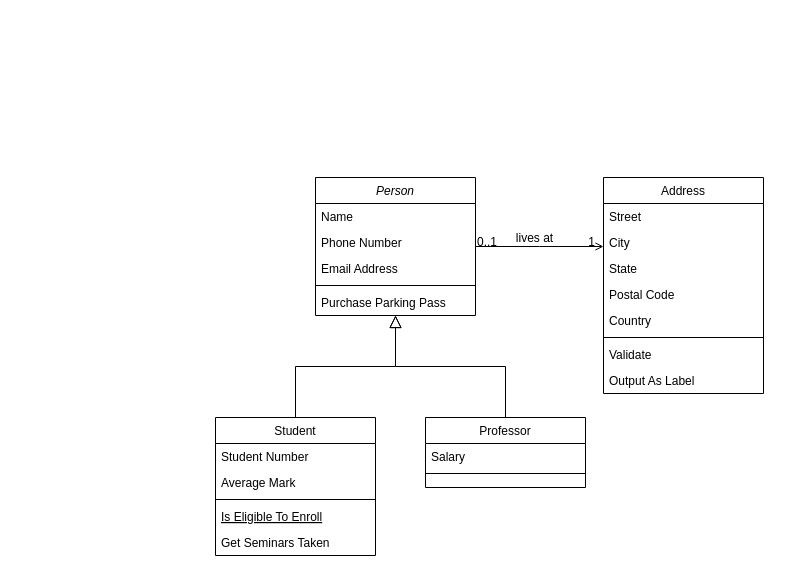
The draw.io diagram Diagramme sans nom.drawio in Kathou99/draw.oi, before the edit. Source tidied: cells renumbered, new cells numbered last; positions are measured from the earlier drawing's top-left corner, leaving out a move shared by most shapes. Both pictures are drawn from the tidied source at 100%, with x=0, y=0 at pixel (215, 177).
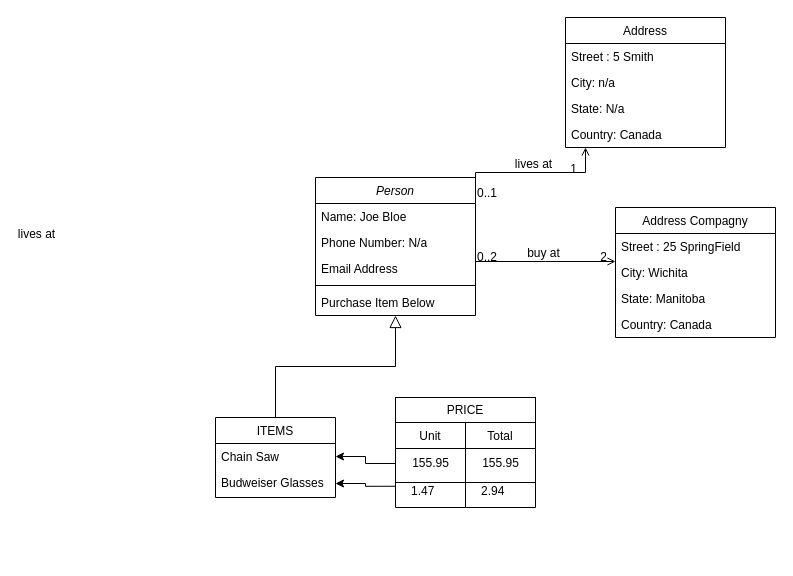
The same page after the edit.

Unchanged cells that the change refers to:
```xml
<mxCell id="2" value="Person" style="swimlane;fontStyle=2;align=center;verticalAlign=top;horizontal=1;startSize=26;rounded=0;shadow=0;strokeWidth=1;" parent="1" vertex="1">
  <mxGeometry x="100" width="160" height="138" as="geometry" />
</mxCell>
<mxCell id="28" style="endArrow=open;shadow=0;strokeWidth=1;rounded=0;endFill=1;edgeStyle=elbowEdgeStyle;elbow=vertical;" parent="1" edge="1" source="2" target="19">
  <mxGeometry x="0.5" y="41" relative="1" as="geometry">
    <mxPoint x="-40" y="32" as="offset" />
  </mxGeometry>
</mxCell>
```

Change to the diagram source:
```diff
@@
-    <mxCell id="3" value="Name" style="text;align=left;verticalAlign=top;spacingLeft=4;spacingRight=4;overflow=hidden;" parent="2" vertex="1">
+    <mxCell id="3" value="Name: Joe Bloe" style="text;align=left;verticalAlign=top;spacingLeft=4;spacingRight=4;overflow=hidden;" parent="2" vertex="1">
       <mxGeometry y="26" width="160" height="26" as="geometry" />
     </mxCell>
-    <mxCell id="4" value="Phone Number" style="text;align=left;verticalAlign=top;spacingLeft=4;spacingRight=4;overflow=hidden;rounded=0;shadow=0;html=0;" parent="2" vertex="1">
+    <mxCell id="4" value="Phone Number: N/a" style="text;align=left;verticalAlign=top;spacingLeft=4;spacingRight=4;overflow=hidden;rounded=0;shadow=0;html=0;" parent="2" vertex="1">
       <mxGeometry y="52" width="160" height="26" as="geometry" />
     </mxCell>
@@
-    <mxCell id="7" value="Purchase Parking Pass" style="text;align=left;verticalAlign=top;spacingLeft=4;spacingRight=4;overflow=hidden;" parent="2" vertex="1">
+    <mxCell id="7" value="Purchase Item Below" style="text;align=left;verticalAlign=top;spacingLeft=4;spacingRight=4;overflow=hidden;" parent="2" vertex="1">
       <mxGeometry y="112" width="160" height="26" as="geometry" />
     </mxCell>
-    <mxCell id="8" value="Student" style="swimlane;fontStyle=0;align=center;verticalAlign=top;horizontal=1;startSize=26;rounded=0;shadow=0;strokeWidth=1;" parent="1" vertex="1">
-      <mxGeometry y="240" width="160" height="138" as="geometry" />
+    <mxCell id="8" value="ITEMS" style="swimlane;fontStyle=0;align=center;verticalAlign=top;horizontal=1;startSize=26;rounded=0;shadow=0;strokeWidth=1;" parent="1" vertex="1">
+      <mxGeometry y="240" width="120" height="80" as="geometry" />
     </mxCell>
-    <mxCell id="9" value="Student Number" style="text;align=left;verticalAlign=top;spacingLeft=4;spacingRight=4;overflow=hidden;points=[[0,0.5],[1,0.5]];portConstraint=eastwest;" parent="8" vertex="1">
-      <mxGeometry y="26" width="160" height="26" as="geometry" />
+    <mxCell id="9" value="Chain Saw" style="text;align=left;verticalAlign=top;spacingLeft=4;spacingRight=4;overflow=hidden;points=[[0,0.5],[1,0.5]];portConstraint=eastwest;" parent="8" vertex="1">
+      <mxGeometry y="26" width="120" height="26" as="geometry" />
     </mxCell>
-    <mxCell id="10" value="Average Mark" style="text;align=left;verticalAlign=top;spacingLeft=4;spacingRight=4;overflow=hidden;points=[[0,0.5],[1,0.5]];portConstraint=eastwest;rounded=0;shadow=0;html=0;" parent="8" vertex="1">
-      <mxGeometry y="52" width="160" height="26" as="geometry" />
+    <mxCell id="10" value="Budweiser Glasses" style="text;align=left;verticalAlign=top;spacingLeft=4;spacingRight=4;overflow=hidden;points=[[0,0.5],[1,0.5]];portConstraint=eastwest;rounded=0;shadow=0;html=0;" parent="8" vertex="1">
+      <mxGeometry y="52" width="120" height="28" as="geometry" />
     </mxCell>
-    <mxCell id="11" style="line;html=1;strokeWidth=1;align=left;verticalAlign=middle;spacingTop=-1;spacingLeft=3;spacingRight=3;labelPosition=right;" parent="8" vertex="1">
-      <mxGeometry y="78" width="160" height="8" as="geometry" />
-    </mxCell>
-    <mxCell id="12" value="Is Eligible To Enroll" style="text;align=left;verticalAlign=top;spacingLeft=4;spacingRight=4;overflow=hidden;fontStyle=4;" parent="8" vertex="1">
-      <mxGeometry y="86" width="160" height="26" as="geometry" />
-    </mxCell>
-    <mxCell id="13" value="Get Seminars Taken" style="text;align=left;verticalAlign=top;spacingLeft=4;spacingRight=4;overflow=hidden;" parent="8" vertex="1">
-      <mxGeometry y="112" width="160" height="26" as="geometry" />
-    </mxCell>
@@
+    <mxCell id="32" style="edgeStyle=orthogonalEdgeStyle;rounded=0;jettySize=auto;html=1;exitX=0;exitY=0.75;exitDx=0;exitDy=0;entryX=1;entryY=0.5;entryDx=0;entryDy=0;" parent="1" edge="1" source="15" target="10">
+      <mxGeometry relative="1" as="geometry" />
+    </mxCell>
-    <mxCell id="15" value="Professor" style="swimlane;fontStyle=0;align=center;verticalAlign=top;horizontal=1;startSize=26;rounded=0;shadow=0;strokeWidth=1;" parent="1" vertex="1">
-      <mxGeometry x="210" y="240" width="160" height="70" as="geometry" />
+    <mxCell id="15" value="Unit" style="swimlane;fontStyle=0;align=center;verticalAlign=top;horizontal=1;startSize=26;rounded=0;shadow=0;strokeWidth=1;" parent="1" vertex="1">
+      <mxGeometry x="180" y="245" width="70" height="85" as="geometry" />
     </mxCell>
-    <mxCell id="16" value="Salary" style="text;align=left;verticalAlign=top;spacingLeft=4;spacingRight=4;overflow=hidden;" parent="15" vertex="1">
-      <mxGeometry y="26" width="160" height="26" as="geometry" />
-    </mxCell>
+    <mxCell id="33" value="155.95" style="text;html=1;align=center;verticalAlign=middle;points=[];fillColor=none;strokeColor=none;rounded=0;" parent="15" vertex="1">
+      <mxGeometry y="26" width="70" height="30" as="geometry" />
+    </mxCell>
     <mxCell id="17" style="line;html=1;strokeWidth=1;align=left;verticalAlign=middle;spacingTop=-1;spacingLeft=3;spacingRight=3;labelPosition=right;" parent="15" vertex="1">
-      <mxGeometry y="52" width="160" height="8" as="geometry" />
+      <mxGeometry y="56" width="70" height="8" as="geometry" />
     </mxCell>
-    <mxCell id="18" style="endArrow=block;endSize=10;endFill=0;shadow=0;strokeWidth=1;rounded=0;edgeStyle=elbowEdgeStyle;elbow=vertical;" parent="1" edge="1" source="15" target="2">
-      <mxGeometry relative="1" as="geometry" />
-    </mxCell>
-    <mxCell id="19" value="Address" style="swimlane;fontStyle=0;align=center;verticalAlign=top;horizontal=1;startSize=26;rounded=0;shadow=0;strokeWidth=1;" parent="1" vertex="1">
-      <mxGeometry x="388" width="160" height="216" as="geometry" />
+    <mxCell id="19" value="Address Compagny" style="swimlane;fontStyle=0;align=center;verticalAlign=top;horizontal=1;startSize=26;rounded=0;shadow=0;strokeWidth=1;" parent="1" vertex="1">
+      <mxGeometry x="400" y="30" width="160" height="130" as="geometry" />
     </mxCell>
-    <mxCell id="20" value="Street" style="text;align=left;verticalAlign=top;spacingLeft=4;spacingRight=4;overflow=hidden;" parent="19" vertex="1">
+    <mxCell id="20" value="Street : 25 SpringField" style="text;align=left;verticalAlign=top;spacingLeft=4;spacingRight=4;overflow=hidden;" parent="19" vertex="1">
       <mxGeometry y="26" width="160" height="26" as="geometry" />
     </mxCell>
-    <mxCell id="21" value="City" style="text;align=left;verticalAlign=top;spacingLeft=4;spacingRight=4;overflow=hidden;rounded=0;shadow=0;html=0;" parent="19" vertex="1">
+    <mxCell id="21" value="City: Wichita" style="text;align=left;verticalAlign=top;spacingLeft=4;spacingRight=4;overflow=hidden;rounded=0;shadow=0;html=0;" parent="19" vertex="1">
       <mxGeometry y="52" width="160" height="26" as="geometry" />
     </mxCell>
-    <mxCell id="22" value="State" style="text;align=left;verticalAlign=top;spacingLeft=4;spacingRight=4;overflow=hidden;rounded=0;shadow=0;html=0;" parent="19" vertex="1">
+    <mxCell id="22" value="State: Manitoba" style="text;align=left;verticalAlign=top;spacingLeft=4;spacingRight=4;overflow=hidden;rounded=0;shadow=0;html=0;" parent="19" vertex="1">
       <mxGeometry y="78" width="160" height="26" as="geometry" />
     </mxCell>
-    <mxCell id="23" value="Postal Code" style="text;align=left;verticalAlign=top;spacingLeft=4;spacingRight=4;overflow=hidden;rounded=0;shadow=0;html=0;" parent="19" vertex="1">
-      <mxGeometry y="104" width="160" height="26" as="geometry" />
-    </mxCell>
-    <mxCell id="24" value="Country" style="text;align=left;verticalAlign=top;spacingLeft=4;spacingRight=4;overflow=hidden;rounded=0;shadow=0;html=0;" parent="19" vertex="1">
-      <mxGeometry y="130" width="160" height="26" as="geometry" />
+    <mxCell id="24" value="Country: Canada" style="text;align=left;verticalAlign=top;spacingLeft=4;spacingRight=4;overflow=hidden;rounded=0;shadow=0;html=0;" parent="19" vertex="1">
+      <mxGeometry y="104" width="160" height="26" as="geometry" />
     </mxCell>
-    <mxCell id="25" style="line;html=1;strokeWidth=1;align=left;verticalAlign=middle;spacingTop=-1;spacingLeft=3;spacingRight=3;labelPosition=right;" parent="19" vertex="1">
-      <mxGeometry y="156" width="160" height="8" as="geometry" />
-    </mxCell>
-    <mxCell id="26" value="Validate" style="text;align=left;verticalAlign=top;spacingLeft=4;spacingRight=4;overflow=hidden;" parent="19" vertex="1">
-      <mxGeometry y="164" width="160" height="26" as="geometry" />
-    </mxCell>
-    <mxCell id="27" value="Output As Label" style="text;align=left;verticalAlign=top;spacingLeft=4;spacingRight=4;overflow=hidden;" parent="19" vertex="1">
-      <mxGeometry y="190" width="160" height="26" as="geometry" />
-    </mxCell>
@@
-    <mxCell id="29" value="0..1" style="align=left;verticalAlign=bottom;labelBackgroundColor=none;fontSize=12;" parent="28" vertex="1">
+    <mxCell id="29" value="0..2" style="align=left;verticalAlign=bottom;labelBackgroundColor=none;fontSize=12;" parent="28" vertex="1">
       <mxGeometry x="-1" relative="1" as="geometry">
         <mxPoint y="4" as="offset" />
       </mxGeometry>
     </mxCell>
-    <mxCell id="30" value="1" style="align=right;verticalAlign=bottom;labelBackgroundColor=none;fontSize=12;" parent="28" vertex="1">
+    <mxCell id="30" value="2" style="align=right;verticalAlign=bottom;labelBackgroundColor=none;fontSize=12;" parent="28" vertex="1">
       <mxGeometry x="1" relative="1" as="geometry">
         <mxPoint x="-7" y="4" as="offset" />
       </mxGeometry>
     </mxCell>
-    <mxCell id="31" value="lives at" style="text;html=1;align=center;verticalAlign=middle;labelBackgroundColor=none;rounded=0;shadow=0;strokeWidth=1;fontSize=12;" parent="28" vertex="1">
+    <mxCell id="31" value="buy at" style="text;html=1;align=center;verticalAlign=middle;labelBackgroundColor=none;rounded=0;shadow=0;strokeWidth=1;fontSize=12;" parent="28" vertex="1">
       <mxGeometry x="0.5" y="49" relative="1" as="geometry">
         <mxPoint x="-38" y="40" as="offset" />
       </mxGeometry>
     </mxCell>
+    <mxCell id="16" value="2.94" style="text;align=left;verticalAlign=top;spacingLeft=4;spacingRight=4;overflow=hidden;" parent="1" vertex="1">
+      <mxGeometry x="260" y="300" width="70" height="54" as="geometry" />
+    </mxCell>
+    <mxCell id="34" value="Total" style="swimlane;fontStyle=0;align=center;verticalAlign=top;horizontal=1;startSize=26;rounded=0;shadow=0;strokeWidth=1;" parent="1" vertex="1">
+      <mxGeometry x="250" y="245" width="70" height="85" as="geometry" />
+    </mxCell>
+    <mxCell id="35" value="155.95" style="text;html=1;align=center;verticalAlign=middle;fillColor=none;strokeColor=none;rounded=0;" parent="34" vertex="1">
+      <mxGeometry y="26" width="70" height="30" as="geometry" />
+    </mxCell>
+    <mxCell id="36" style="line;html=1;strokeWidth=1;align=left;verticalAlign=middle;spacingTop=-1;spacingLeft=3;spacingRight=3;labelPosition=right;" parent="34" vertex="1">
+      <mxGeometry y="56" width="70" height="8" as="geometry" />
+    </mxCell>
+    <mxCell id="37" value="PRICE" style="whiteSpace=wrap;html=1;" parent="1" vertex="1">
+      <mxGeometry x="180" y="220" width="140" height="25" as="geometry" />
+    </mxCell>
+    <mxCell id="38" value="1.47" style="text;align=left;verticalAlign=top;spacingLeft=4;spacingRight=4;overflow=hidden;" parent="1" vertex="1">
+      <mxGeometry x="190" y="300" width="70" height="54" as="geometry" />
+    </mxCell>
+    <mxCell id="39" style="edgeStyle=orthogonalEdgeStyle;rounded=0;jettySize=auto;html=1;entryX=1;entryY=0.5;entryDx=0;entryDy=0;" parent="1" edge="1" source="33" target="9">
+      <mxGeometry relative="1" as="geometry" />
+    </mxCell>
+    <mxCell id="40" value="Address" style="swimlane;fontStyle=0;align=center;verticalAlign=top;horizontal=1;startSize=26;rounded=0;shadow=0;strokeWidth=1;" parent="1" vertex="1">
+      <mxGeometry x="350" y="-160" width="160" height="130" as="geometry" />
+    </mxCell>
+    <mxCell id="41" value="Street : 5 Smith" style="text;align=left;verticalAlign=top;spacingLeft=4;spacingRight=4;overflow=hidden;" parent="40" vertex="1">
+      <mxGeometry y="26" width="160" height="26" as="geometry" />
+    </mxCell>
+    <mxCell id="42" value="City: n/a" style="text;align=left;verticalAlign=top;spacingLeft=4;spacingRight=4;overflow=hidden;rounded=0;shadow=0;html=0;" parent="40" vertex="1">
+      <mxGeometry y="52" width="160" height="26" as="geometry" />
+    </mxCell>
+    <mxCell id="43" value="State: N/a" style="text;align=left;verticalAlign=top;spacingLeft=4;spacingRight=4;overflow=hidden;rounded=0;shadow=0;html=0;" parent="40" vertex="1">
+      <mxGeometry y="78" width="160" height="26" as="geometry" />
+    </mxCell>
+    <mxCell id="44" value="Country: Canada" style="text;align=left;verticalAlign=top;spacingLeft=4;spacingRight=4;overflow=hidden;rounded=0;shadow=0;html=0;" parent="40" vertex="1">
+      <mxGeometry y="104" width="160" height="26" as="geometry" />
+    </mxCell>
+    <mxCell id="45" value="lives at" style="text;html=1;align=center;verticalAlign=middle;labelBackgroundColor=none;rounded=0;shadow=0;strokeWidth=1;fontSize=12;" parent="1" vertex="1">
+      <mxGeometry x="-180" y="56" as="geometry" />
+    </mxCell>
+    <mxCell id="46" style="endArrow=open;shadow=0;strokeWidth=1;rounded=0;endFill=1;edgeStyle=elbowEdgeStyle;elbow=vertical;" parent="1" edge="1">
+      <mxGeometry x="0.5" y="41" relative="1" as="geometry">
+        <mxPoint x="260" y="20" as="sourcePoint" />
+        <mxPoint x="370" y="-30" as="targetPoint" />
+        <mxPoint x="-40" y="32" as="offset" />
+      </mxGeometry>
+    </mxCell>
+    <mxCell id="47" value="0..1" style="align=left;verticalAlign=bottom;labelBackgroundColor=none;fontSize=12;" parent="46" vertex="1">
+      <mxGeometry x="-1" relative="1" as="geometry">
+        <mxPoint y="4" as="offset" />
+      </mxGeometry>
+    </mxCell>
+    <mxCell id="48" value="1" style="align=right;verticalAlign=bottom;labelBackgroundColor=none;fontSize=12;" parent="46" vertex="1">
+      <mxGeometry x="1" relative="1" as="geometry">
+        <mxPoint x="-7" y="30" as="offset" />
+      </mxGeometry>
+    </mxCell>
+    <mxCell id="49" value="lives at" style="text;html=1;align=center;verticalAlign=middle;labelBackgroundColor=none;rounded=0;shadow=0;strokeWidth=1;fontSize=12;" parent="46" vertex="1">
+      <mxGeometry x="0.5" y="49" relative="1" as="geometry">
+        <mxPoint x="-38" y="40" as="offset" />
+      </mxGeometry>
+    </mxCell>
```
